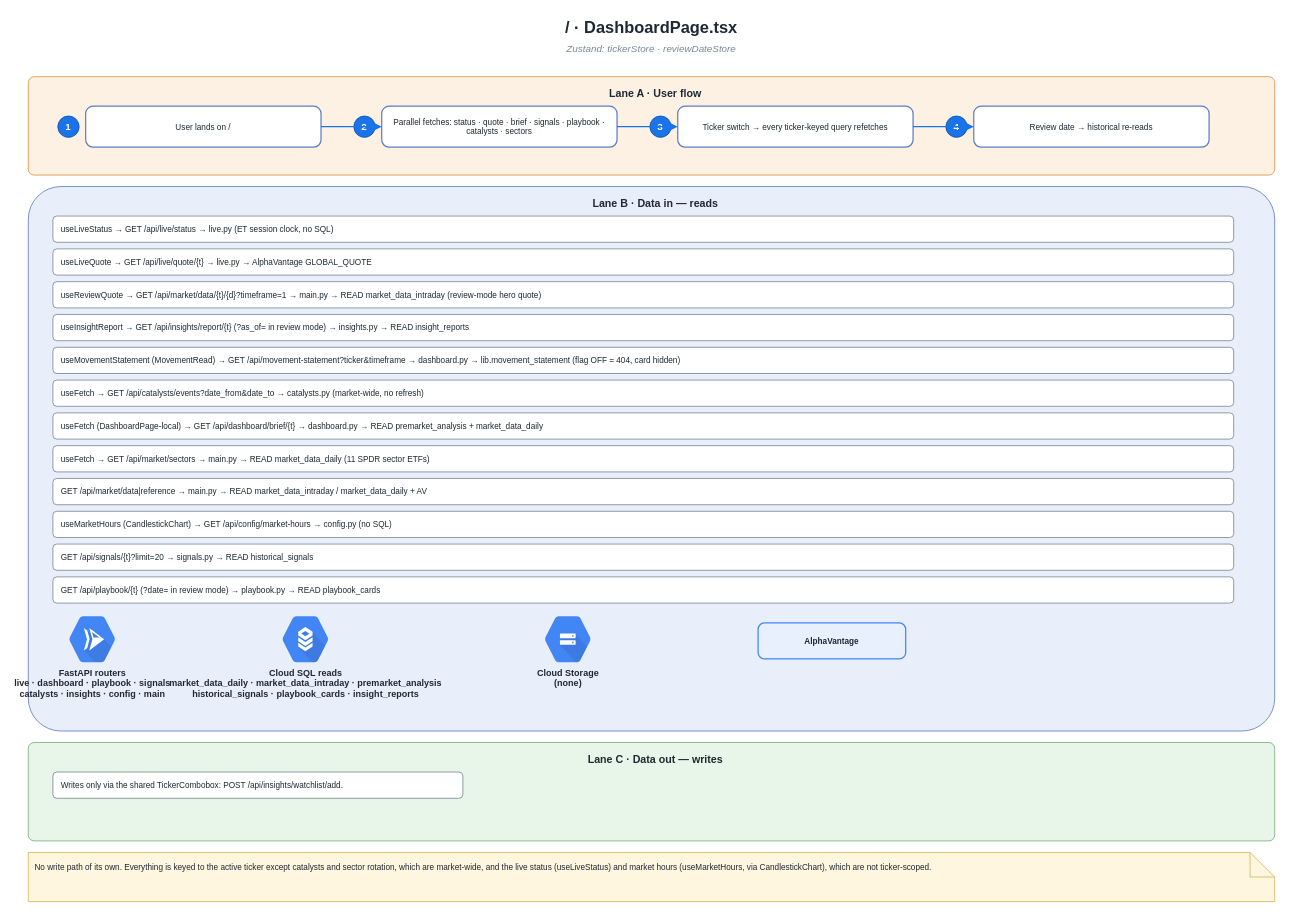
Earlier version of the draw.io diagram page "3 · Dashboard" (4 of 15) of Frontend-icons.drawio (TeneikaAskew/solyra). Source tidied: cells renumbered, new cells numbered last; positions are measured from the earlier drawing's top-left corner, leaving out a move shared by most shapes. Both pictures are drawn from the tidied source at 82%, with x=0, y=0 at pixel (28, 14).
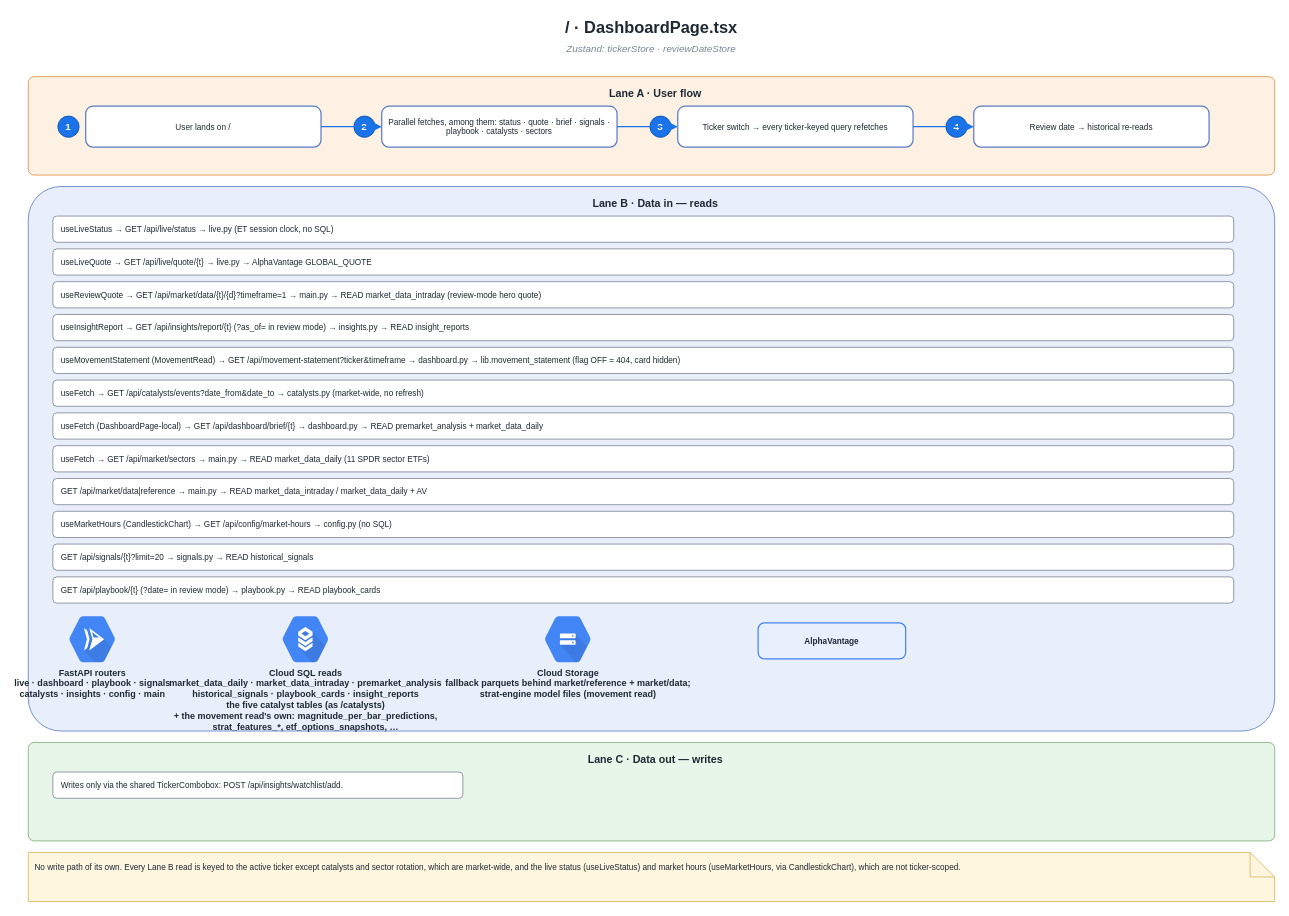
The same page after the edit.

Commit message (it also covers changes not shown here):
docs: correct the frontend diagrams' shell, store and data-source cells

Diff of the diagram source:
```diff
@@
-    <mxCell id="8" value="Parallel fetches: status · quote · brief · signals · playbook · catalysts · sectors" style="rounded=1;arcSize=18;whiteSpace=wrap;html=1;fillColor=#ffffff;strokeColor=#5c7cc4;strokeWidth=1.5;fontSize=10;fontColor=#1f2933;align=center;verticalAlign=middle;" parent="1" vertex="1">
+    <mxCell id="8" value="Parallel fetches, among them: status · quote · brief · signals · playbook · catalysts · sectors" style="rounded=1;arcSize=18;whiteSpace=wrap;html=1;fillColor=#ffffff;strokeColor=#5c7cc4;strokeWidth=1.5;fontSize=10;fontColor=#1f2933;align=center;verticalAlign=middle;" parent="1" vertex="1">
       <mxGeometry x="431" y="112" width="287" height="50" as="geometry" />
     </mxCell>
@@
-    <mxCell id="30" value="Cloud SQL reads&#10;market_data_daily · market_data_intraday · premarket_analysis&#10;historical_signals · playbook_cards · insight_reports" style="sketch=0;html=1;strokeColor=none;shadow=0;fillColor=#4285F4;verticalLabelPosition=bottom;verticalAlign=top;labelPosition=center;align=center;fontSize=11;fontStyle=1;fontColor=#1f2933;shape=mxgraph.gcp2.cloud_sql;" parent="1" vertex="1">
+    <mxCell id="30" value="Cloud SQL reads&#10;market_data_daily · market_data_intraday · premarket_analysis&#10;historical_signals · playbook_cards · insight_reports&#10;the five catalyst tables (as /catalysts)&#10;+ the movement read's own: magnitude_per_bar_predictions,&#10;strat_features_*, etf_options_snapshots, …" style="sketch=0;html=1;strokeColor=none;shadow=0;fillColor=#4285F4;verticalLabelPosition=bottom;verticalAlign=top;labelPosition=center;align=center;fontSize=11;fontStyle=1;fontColor=#1f2933;shape=mxgraph.gcp2.cloud_sql;" parent="1" vertex="1">
       <mxGeometry x="310" y="734" width="56" height="56" as="geometry" />
     </mxCell>
-    <mxCell id="31" value="Cloud Storage&#10;(none)" style="sketch=0;html=1;strokeColor=none;shadow=0;fillColor=#4285F4;verticalLabelPosition=bottom;verticalAlign=top;labelPosition=center;align=center;fontSize=11;fontStyle=1;fontColor=#1f2933;shape=mxgraph.gcp2.cloud_storage;" parent="1" vertex="1">
+    <mxCell id="31" value="Cloud Storage&#10;fallback parquets behind market/reference + market/data;&#10;strat-engine model files (movement read)" style="sketch=0;html=1;strokeColor=none;shadow=0;fillColor=#4285F4;verticalLabelPosition=bottom;verticalAlign=top;labelPosition=center;align=center;fontSize=11;fontStyle=1;fontColor=#1f2933;shape=mxgraph.gcp2.cloud_storage;" parent="1" vertex="1">
       <mxGeometry x="630" y="734" width="56" height="56" as="geometry" />
     </mxCell>
@@
-    <mxCell id="35" value="No write path of its own. Everything is keyed to the active ticker except catalysts and sector rotation, which are market-wide, and the live status (useLiveStatus) and market hours (useMarketHours, via CandlestickChart), which are not ticker-scoped." style="shape=note;whiteSpace=wrap;html=1;fillColor=#fff6e0;strokeColor=#d6b656;strokeWidth=1;fontSize=10;align=left;verticalAlign=top;spacing=8;fontColor=#1f2933;" parent="1" vertex="1">
+    <mxCell id="35" value="No write path of its own. Every Lane B read is keyed to the active ticker except catalysts and sector rotation, which are market-wide, and the live status (useLiveStatus) and market hours (useMarketHours, via CandlestickChart), which are not ticker-scoped." style="shape=note;whiteSpace=wrap;html=1;fillColor=#fff6e0;strokeColor=#d6b656;strokeWidth=1;fontSize=10;align=left;verticalAlign=top;spacing=8;fontColor=#1f2933;" parent="1" vertex="1">
       <mxGeometry y="1022" width="1520" height="60" as="geometry" />
     </mxCell>
```
